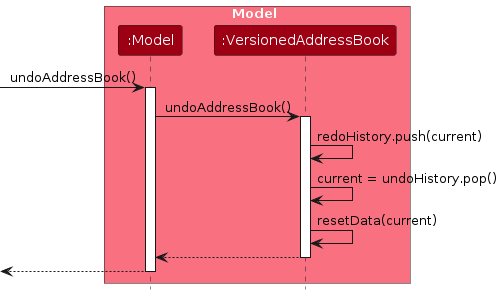
This is diagrams/UndoSequenceDiagram-Model.png from AY2627S1-CS2103T-T08-4/tp, a PlantUML export, as it was before one commit. Its source is kept beside it as diagrams/UndoSequenceDiagram-Model.puml.
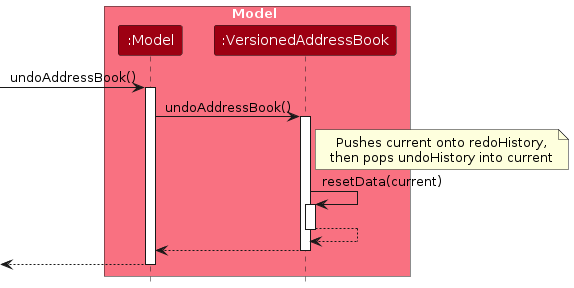
After the commit.

Change to the diagram source:
```diff
@@ -13,9 +13,16 @@
 Model -> VersionedAddressBook : undoAddressBook()
 activate VersionedAddressBook
 
-VersionedAddressBook -> VersionedAddressBook : redoHistory.push(current)
-VersionedAddressBook -> VersionedAddressBook : current = undoHistory.pop()
+note right of VersionedAddressBook
+  Pushes current onto redoHistory,
+  then pops undoHistory into current
+end note
+
 VersionedAddressBook -> VersionedAddressBook : resetData(current)
+activate VersionedAddressBook
+VersionedAddressBook --> VersionedAddressBook
+deactivate VersionedAddressBook
+
 VersionedAddressBook --> Model
 deactivate VersionedAddressBook
 
```
